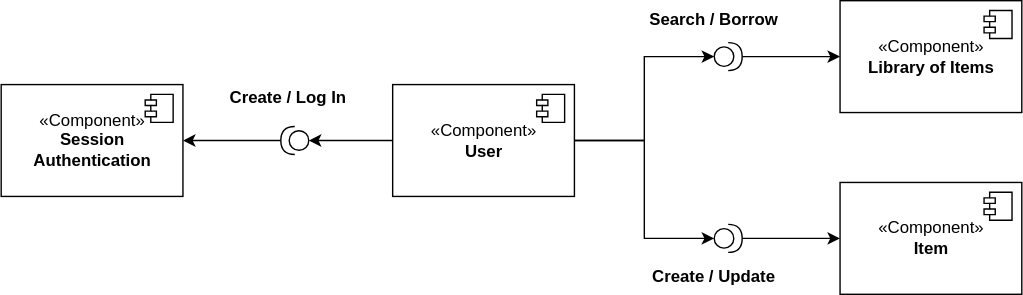
Above: UML-Component-Diagram-library-items.svg in treeindev/uml-diagrams (draw.io), before the change. Source tidied: cells renumbered, new cells last; positions are measured from the earlier drawing's top-left corner, leaving out a move shared by most shapes.
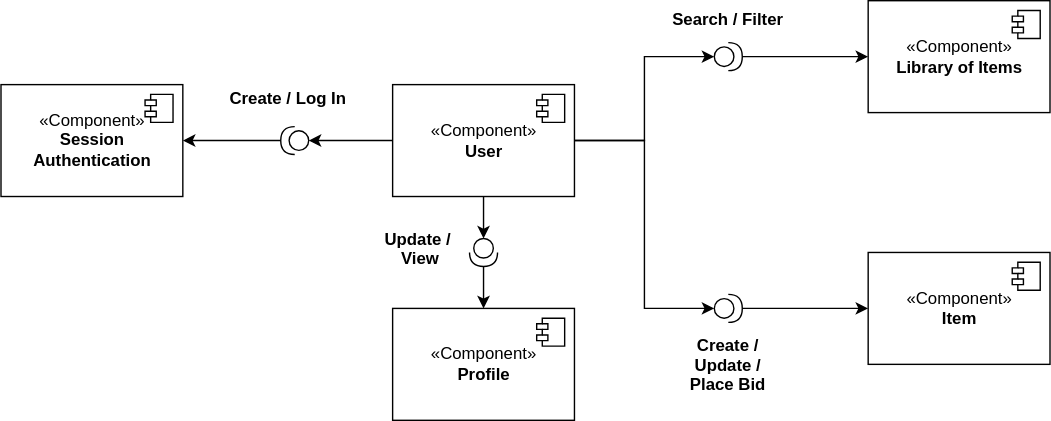
The same diagram one commit later.

Commit message:
Update library diagram

The edit, as a diff of the source:
```diff
@@ -11,6 +11,9 @@
     <mxCell id="4" style="edgeStyle=orthogonalEdgeStyle;rounded=0;jettySize=auto;html=1;entryX=0;entryY=0.5;entryDx=0;entryDy=0;entryPerimeter=0;" parent="1" edge="1" source="5" target="18">
       <mxGeometry relative="1" as="geometry" />
     </mxCell>
+    <mxCell id="22" style="edgeStyle=orthogonalEdgeStyle;rounded=0;jettySize=auto;html=1;entryX=0;entryY=0.5;entryDx=0;entryDy=0;entryPerimeter=0;" parent="1" edge="1" source="5" target="26">
+      <mxGeometry relative="1" as="geometry" />
+    </mxCell>
     <mxCell id="5" value="«Component»&lt;br&gt;&lt;b&gt;User&lt;br&gt;&lt;/b&gt;" style="html=1;" parent="1" vertex="1">
       <mxGeometry x="280" y="60" width="130" height="80" as="geometry" />
     </mxCell>
@@ -20,7 +23,7 @@
       </mxGeometry>
     </mxCell>
     <mxCell id="7" value="«Component»&lt;br&gt;&lt;b&gt;Item&lt;br&gt;&lt;/b&gt;" style="html=1;" parent="1" vertex="1">
-      <mxGeometry x="600" y="130" width="130" height="80" as="geometry" />
+      <mxGeometry x="620" y="180" width="130" height="80" as="geometry" />
     </mxCell>
     <mxCell id="8" style="shape=module;jettyWidth=8;jettyHeight=4;" parent="7" vertex="1">
       <mxGeometry x="1" width="20" height="20" relative="1" as="geometry">
@@ -28,7 +31,7 @@
       </mxGeometry>
     </mxCell>
     <mxCell id="9" value="«Component»&lt;br&gt;&lt;b&gt;Library of Items&lt;br&gt;&lt;/b&gt;" style="html=1;" parent="1" vertex="1">
-      <mxGeometry x="600" width="130" height="80" as="geometry" />
+      <mxGeometry x="620" width="130" height="80" as="geometry" />
     </mxCell>
     <mxCell id="10" style="shape=module;jettyWidth=8;jettyHeight=4;" parent="9" vertex="1">
       <mxGeometry x="1" width="20" height="20" relative="1" as="geometry">
@@ -61,16 +64,33 @@
       <mxGeometry relative="1" as="geometry" />
     </mxCell>
     <mxCell id="18" style="shape=providedRequiredInterface;html=1;verticalLabelPosition=bottom;" parent="1" vertex="1">
-      <mxGeometry x="510" y="160" width="20" height="20" as="geometry" />
+      <mxGeometry x="510" y="210" width="20" height="20" as="geometry" />
     </mxCell>
     <mxCell id="19" value="Create / Log In" style="text;html=1;align=center;verticalAlign=middle;strokeColor=none;fontStyle=1;" parent="1" vertex="1">
       <mxGeometry x="155" y="60" width="100" height="20" as="geometry" />
     </mxCell>
-    <mxCell id="20" value="Search / Borrow" style="text;align=center;fontStyle=1;verticalAlign=middle;spacingLeft=3;spacingRight=3;strokeColor=none;" parent="1" vertex="1">
-      <mxGeometry x="470" width="80" height="26" as="geometry" />
+    <mxCell id="20" value="Search / Filter" style="text;align=center;fontStyle=1;verticalAlign=middle;spacingLeft=3;spacingRight=3;strokeColor=none;" parent="1" vertex="1">
+      <mxGeometry x="480" width="80" height="26" as="geometry" />
     </mxCell>
-    <mxCell id="21" value="Create / Update" style="text;align=center;fontStyle=1;verticalAlign=middle;spacingLeft=3;spacingRight=3;strokeColor=none;" parent="1" vertex="1">
-      <mxGeometry x="470" y="184" width="80" height="26" as="geometry" />
+    <mxCell id="21" value="Create / &#10;Update /&#10;Place Bid" style="text;align=center;fontStyle=1;verticalAlign=middle;spacingLeft=3;spacingRight=3;strokeColor=none;" parent="1" vertex="1">
+      <mxGeometry x="480" y="247" width="80" height="26" as="geometry" />
     </mxCell>
+    <mxCell id="23" value="«Component»&lt;br&gt;&lt;b&gt;Profile&lt;br&gt;&lt;/b&gt;" style="html=1;" parent="1" vertex="1">
+      <mxGeometry x="280" y="220" width="130" height="80" as="geometry" />
+    </mxCell>
+    <mxCell id="24" style="shape=module;jettyWidth=8;jettyHeight=4;" parent="23" vertex="1">
+      <mxGeometry x="1" width="20" height="20" relative="1" as="geometry">
+        <mxPoint x="-27" y="7" as="offset" />
+      </mxGeometry>
+    </mxCell>
+    <mxCell id="25" style="edgeStyle=orthogonalEdgeStyle;rounded=0;jettySize=auto;html=1;entryX=0.5;entryY=0;entryDx=0;entryDy=0;" parent="1" edge="1" source="26" target="23">
+      <mxGeometry relative="1" as="geometry" />
+    </mxCell>
+    <mxCell id="26" style="shape=providedRequiredInterface;html=1;verticalLabelPosition=bottom;rotation=90;" parent="1" vertex="1">
+      <mxGeometry x="335" y="170" width="20" height="20" as="geometry" />
+    </mxCell>
+    <mxCell id="27" value="Update / &#10;View" style="text;align=center;fontStyle=1;verticalAlign=middle;spacingLeft=3;spacingRight=3;strokeColor=none;" parent="1" vertex="1">
+      <mxGeometry x="260" y="164" width="80" height="26" as="geometry" />
+    </mxCell>
   </root>
 </mxGraphModel>
```
